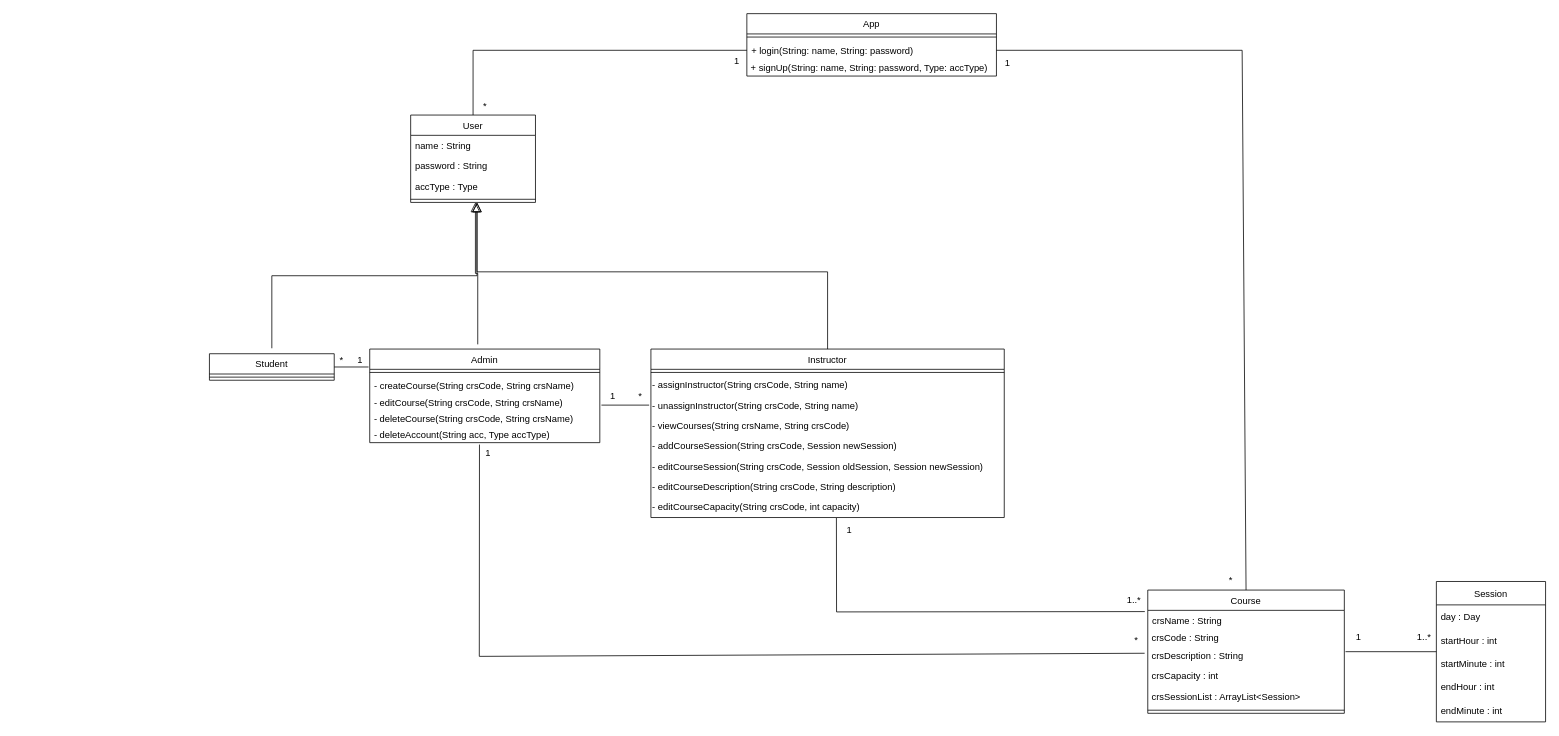
Above: project2 (1).drawio in uOttawa-Summer2022/Project-Group-5 (draw.io), before the change. Source tidied: cells renumbered, new cells numbered last; positions are measured from the earlier drawing's top-left corner, leaving out a move shared by most shapes. Both pictures are drawn from the tidied source at 78%, with x=0, y=0 at pixel (209, 13).
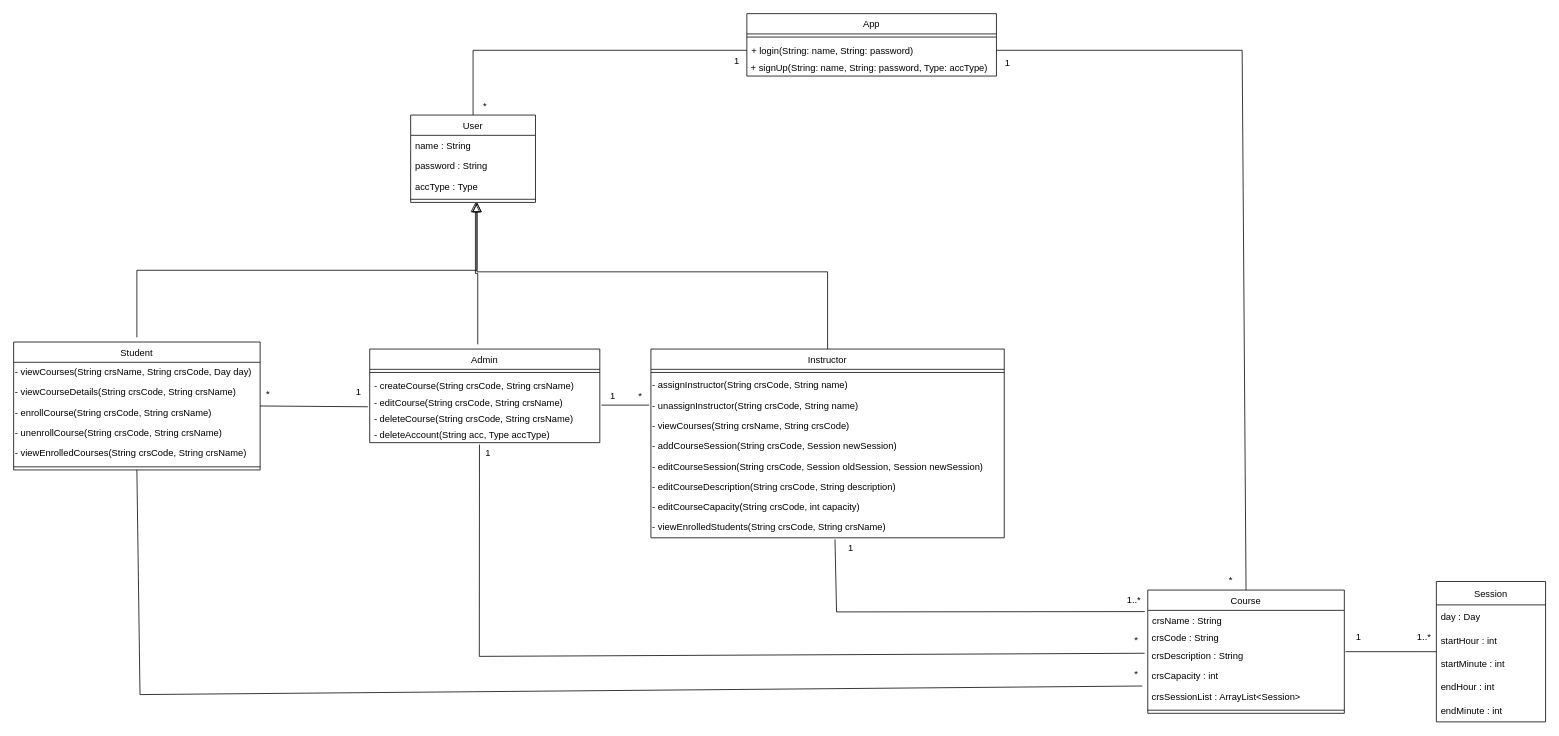
The same diagram, later.

Commit message (it also covers changes not shown here):
updated UML Diagram

The change refers to these unchanged cells:
```xml
<mxCell id="10" value="&amp;nbsp;- editCourse(String crsCode, String crsName)" style="text;html=1;align=left;verticalAlign=middle;points=[];fillColor=none;strokeColor=none;rounded=0;" parent="7" vertex="1">
  <mxGeometry y="60" width="295" height="20" as="geometry" />
</mxCell>
<mxCell id="29" value="- editCourseCapacity(String crsCode, int capacity)" style="text;html=1;align=left;verticalAlign=middle;points=[];fillColor=none;strokeColor=none;rounded=0;" parent="21" vertex="1">
  <mxGeometry y="190" width="453" height="26" as="geometry" />
</mxCell>
<mxCell id="34" value="crsName : String" style="text;strokeColor=none;fillColor=none;align=left;verticalAlign=top;spacingLeft=4;spacingRight=4;overflow=hidden;points=[[0,0.5],[1,0.5]];portConstraint=eastwest;" parent="33" vertex="1">
  <mxGeometry y="26" width="252" height="26" as="geometry" />
</mxCell>
```

What changed in the source:
```diff
@@
     <mxCell id="14" value="Student" style="swimlane;fontStyle=0;align=center;verticalAlign=top;horizontal=1;startSize=26;rounded=0;shadow=0;strokeWidth=1;" parent="1" vertex="1">
-      <mxGeometry y="436" width="160" height="34" as="geometry" />
+      <mxGeometry x="-251" y="421" width="316" height="164" as="geometry" />
     </mxCell>
+    <mxCell id="65" value="- viewCourses(String crsName, String crsCode, Day day)" style="text;html=1;align=left;verticalAlign=middle;fillColor=none;strokeColor=none;rounded=0;" parent="14" vertex="1">
+      <mxGeometry y="26" width="316" height="26" as="geometry" />
+    </mxCell>
+    <mxCell id="66" value="- viewCourseDetails(String crsCode, String crsName)" style="text;html=1;align=left;verticalAlign=middle;fillColor=none;strokeColor=none;rounded=0;" parent="14" vertex="1">
+      <mxGeometry y="52" width="316" height="26" as="geometry" />
+    </mxCell>
+    <mxCell id="67" value="- enrollCourse(String crsCode, String crsName)" style="text;html=1;align=left;verticalAlign=middle;fillColor=none;strokeColor=none;rounded=0;" parent="14" vertex="1">
+      <mxGeometry y="78" width="316" height="26" as="geometry" />
+    </mxCell>
+    <mxCell id="68" value="- unenrollCourse(String crsCode, String crsName)" style="text;html=1;align=left;verticalAlign=middle;fillColor=none;strokeColor=none;rounded=0;" parent="14" vertex="1">
+      <mxGeometry y="104" width="316" height="26" as="geometry" />
+    </mxCell>
+    <mxCell id="69" value="- viewEnrolledCourses(String crsCode, String crsName)" style="text;html=1;align=left;verticalAlign=middle;fillColor=none;strokeColor=none;rounded=0;" parent="14" vertex="1">
+      <mxGeometry y="130" width="316" height="26" as="geometry" />
+    </mxCell>
     <mxCell id="15" style="line;html=1;strokeWidth=1;align=left;verticalAlign=middle;spacingTop=-1;spacingLeft=3;spacingRight=3;labelPosition=right;" parent="14" vertex="1">
-      <mxGeometry y="26" width="160" height="8" as="geometry" />
+      <mxGeometry y="156" width="316" height="8" as="geometry" />
     </mxCell>
     <mxCell id="16" style="endArrow=block;endSize=10;endFill=0;shadow=0;strokeWidth=1;rounded=0;edgeStyle=elbowEdgeStyle;elbow=vertical;" parent="1" edge="1">
       <mxGeometry relative="1" as="geometry">
-        <mxPoint x="80" y="429" as="sourcePoint" />
+        <mxPoint x="-93" y="415" as="sourcePoint" />
         <mxPoint x="343" y="242" as="targetPoint" />
       </mxGeometry>
     </mxCell>
@@
     <mxCell id="21" value="Instructor" style="swimlane;fontStyle=0;align=center;verticalAlign=top;horizontal=1;startSize=26;" parent="1" vertex="1">
-      <mxGeometry x="566" y="430" width="453" height="216" as="geometry" />
+      <mxGeometry x="566" y="430" width="453" height="242" as="geometry" />
     </mxCell>
@@
+    <mxCell id="70" value="- viewEnrolledStudents(String crsCode, String crsName)" style="text;html=1;align=left;verticalAlign=middle;points=[];fillColor=none;strokeColor=none;rounded=0;" parent="21" vertex="1">
+      <mxGeometry y="216" width="453" height="26" as="geometry" />
+    </mxCell>
@@
-    <mxCell id="54" style="endArrow=none;html=1;rounded=0;entryX=1;entryY=0.5;entryDx=0;entryDy=0;" parent="1" edge="1" target="14">
-      <mxGeometry relative="1" as="geometry">
-        <mxPoint x="204" y="453" as="sourcePoint" />
-      </mxGeometry>
+    <mxCell id="54" style="endArrow=none;html=1;rounded=0;entryX=1;entryY=0.5;entryDx=0;entryDy=0;exitX=-0.008;exitY=0.7;exitDx=0;exitDy=0;exitPerimeter=0;" parent="1" edge="1" source="10" target="14">
+      <mxGeometry relative="1" as="geometry" />
     </mxCell>
     <mxCell id="55" value="1" style="text;html=1;align=center;verticalAlign=middle;fillColor=none;strokeColor=none;rounded=0;" parent="1" vertex="1">
-      <mxGeometry x="184" y="436" width="17" height="18" as="geometry" />
+      <mxGeometry x="182" y="477" width="17" height="18" as="geometry" />
     </mxCell>
@@
-    <mxCell id="58" style="endArrow=none;html=1;rounded=0;entryX=0.525;entryY=1.023;entryDx=0;entryDy=0;entryPerimeter=0;exitX=-0.015;exitY=0.061;exitDx=0;exitDy=0;exitPerimeter=0;" parent="1" edge="1" source="34" target="29">
+    <mxCell id="58" style="endArrow=none;html=1;rounded=0;entryX=0.521;entryY=1.077;entryDx=0;entryDy=0;entryPerimeter=0;exitX=-0.015;exitY=0.061;exitDx=0;exitDy=0;exitPerimeter=0;" parent="1" edge="1" source="34" target="70">
       <mxGeometry relative="1" as="geometry">
         <Array as="points">
           <mxPoint x="804" y="767" />
         </Array>
       </mxGeometry>
     </mxCell>
@@
-    <mxCell id="62" value="*" style="text;html=1;align=center;verticalAlign=middle;fillColor=none;strokeColor=none;rounded=0;" parent="1" vertex="1">
-      <mxGeometry x="157" y="432" width="23" height="26" as="geometry" />
-    </mxCell>
     <mxCell id="63" value="1" style="text;html=1;align=center;verticalAlign=middle;fillColor=none;strokeColor=none;rounded=0;" parent="1" vertex="1">
-      <mxGeometry x="807" y="649" width="25" height="26" as="geometry" />
+      <mxGeometry x="809" y="672" width="25" height="26" as="geometry" />
     </mxCell>
@@
+    <mxCell id="71" style="endArrow=none;html=1;rounded=0;entryX=0.5;entryY=1;entryDx=0;entryDy=0;" parent="1" edge="1" target="14">
+      <mxGeometry relative="1" as="geometry">
+        <mxPoint x="1196" y="862" as="sourcePoint" />
+        <Array as="points">
+          <mxPoint x="-89" y="873" />
+        </Array>
+      </mxGeometry>
+    </mxCell>
+    <mxCell id="72" value="*" style="text;html=1;align=center;verticalAlign=middle;fillColor=none;strokeColor=none;rounded=0;" parent="1" vertex="1">
+      <mxGeometry x="1176" y="834" width="23" height="26" as="geometry" />
+    </mxCell>
+    <mxCell id="73" value="*" style="text;html=1;align=center;verticalAlign=middle;fillColor=none;strokeColor=none;rounded=0;" parent="1" vertex="1">
+      <mxGeometry x="63" y="475" width="23" height="26" as="geometry" />
+    </mxCell>
```
